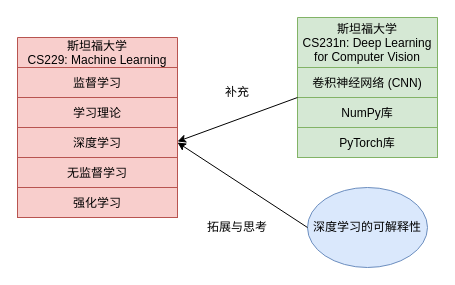
Above: page "第 1 页" (1 of 2) of draw/实验室实践1.drawio in zhiyuan5986/draw_io (draw.io), before the change. Source tidied: cells renumbered, new cells numbered last; positions are measured from the earlier drawing's top-left corner, leaving out a move shared by most shapes. Both pictures are drawn from the tidied source at 100%, with x=0, y=0 at pixel (17, 17).
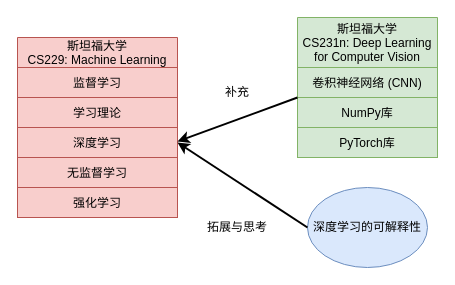
The same page after the edit.

Commit message:
更新实验室实践1.drawio

Diff of the diagram source:
```diff
@@
 <mxGraphModel>
   <root>
     <mxCell id="0" />
     <mxCell id="1" parent="0" />
     <mxCell id="2" value="斯坦福大学&#10;CS229: Machine Learning" style="swimlane;fontStyle=0;horizontal=1;startSize=30;fillColor=#f8cecc;strokeColor=#b85450;" parent="1" vertex="1">
       <mxGeometry y="20" width="160" height="180" as="geometry" />
     </mxCell>
     <mxCell id="3" value="监督学习" style="text;strokeColor=#b85450;fillColor=#f8cecc;align=center;verticalAlign=middle;spacingLeft=4;spacingRight=4;overflow=hidden;" parent="2" vertex="1">
       <mxGeometry y="30" width="160" height="30" as="geometry" />
     </mxCell>
     <mxCell id="4" value="学习理论" style="text;strokeColor=#b85450;fillColor=#f8cecc;align=center;verticalAlign=middle;spacingLeft=4;spacingRight=4;overflow=hidden;" parent="2" vertex="1">
       <mxGeometry y="60" width="160" height="30" as="geometry" />
     </mxCell>
     <mxCell id="5" value="深度学习" style="text;strokeColor=#b85450;fillColor=#f8cecc;align=center;verticalAlign=middle;spacingLeft=4;spacingRight=4;overflow=hidden;points=[[0,0.5],[1,0.5]];portConstraint=eastwest;" parent="2" vertex="1">
       <mxGeometry y="90" width="160" height="30" as="geometry" />
     </mxCell>
     <mxCell id="6" value="无监督学习" style="text;strokeColor=#b85450;fillColor=#f8cecc;align=center;verticalAlign=middle;spacingLeft=4;spacingRight=4;overflow=hidden;" parent="2" vertex="1">
       <mxGeometry y="120" width="160" height="30" as="geometry" />
     </mxCell>
     <mxCell id="7" value="强化学习" style="text;strokeColor=#b85450;fillColor=#f8cecc;align=center;verticalAlign=middle;spacingLeft=4;spacingRight=4;overflow=hidden;" parent="2" vertex="1">
       <mxGeometry y="150" width="160" height="30" as="geometry" />
     </mxCell>
     <mxCell id="8" value="斯坦福大学&#10;CS231n: Deep Learning &#10;for Computer Vision" style="swimlane;fontStyle=0;horizontal=1;startSize=50;fillColor=#d5e8d4;strokeColor=#82b366;" parent="1" vertex="1">
       <mxGeometry x="280" width="140" height="140" as="geometry" />
     </mxCell>
     <mxCell id="9" value="卷积神经网络 (CNN)" style="text;strokeColor=#82b366;fillColor=#d5e8d4;align=center;verticalAlign=middle;spacingLeft=4;spacingRight=4;overflow=hidden;" parent="8" vertex="1">
       <mxGeometry y="50" width="140" height="30" as="geometry" />
     </mxCell>
     <mxCell id="10" value="NumPy库" style="text;strokeColor=#82b366;fillColor=#d5e8d4;align=center;verticalAlign=middle;spacingLeft=4;spacingRight=4;overflow=hidden;" parent="8" vertex="1">
       <mxGeometry y="80" width="140" height="30" as="geometry" />
     </mxCell>
     <mxCell id="11" value="PyTorch库" style="text;strokeColor=#82b366;fillColor=#d5e8d4;align=center;verticalAlign=middle;spacingLeft=4;spacingRight=4;overflow=hidden;" parent="8" vertex="1">
       <mxGeometry y="110" width="140" height="30" as="geometry" />
     </mxCell>
-    <mxCell id="12" style="endArrow=classic;html=1;rounded=0;" parent="1" edge="1">
+    <mxCell id="12" style="endArrow=classic;html=1;rounded=0;strokeWidth=2;" parent="1" edge="1">
       <mxGeometry relative="1" as="geometry">
         <mxPoint x="280" y="80" as="sourcePoint" />
         <mxPoint x="160" y="124" as="targetPoint" />
       </mxGeometry>
     </mxCell>
     <mxCell id="13" value="补充" style="text;html=1;strokeColor=none;fillColor=none;align=center;verticalAlign=middle;whiteSpace=wrap;rounded=0;" parent="1" vertex="1">
       <mxGeometry x="190" y="60" width="60" height="30" as="geometry" />
     </mxCell>
     <mxCell id="14" value="深度学习的可解释性" style="ellipse;whiteSpace=wrap;html=1;fillColor=#dae8fc;strokeColor=#6c8ebf;" parent="1" vertex="1">
       <mxGeometry x="290" y="170" width="120" height="80" as="geometry" />
     </mxCell>
-    <mxCell id="15" style="endArrow=classic;html=1;rounded=0;exitX=0;exitY=0.5;exitDx=0;exitDy=0;entryX=1;entryY=0.5;entryDx=0;entryDy=0;" parent="1" edge="1" source="14" target="5">
+    <mxCell id="15" style="endArrow=classic;html=1;rounded=0;exitX=0;exitY=0.5;exitDx=0;exitDy=0;entryX=1;entryY=0.5;entryDx=0;entryDy=0;strokeWidth=2;" parent="1" edge="1" source="14" target="5">
       <mxGeometry relative="1" as="geometry" />
     </mxCell>
     <mxCell id="16" value="拓展与思考" style="text;html=1;strokeColor=none;fillColor=none;align=center;verticalAlign=middle;whiteSpace=wrap;rounded=0;" parent="1" vertex="1">
       <mxGeometry x="185" y="195" width="70" height="30" as="geometry" />
     </mxCell>
   </root>
 </mxGraphModel>
```
